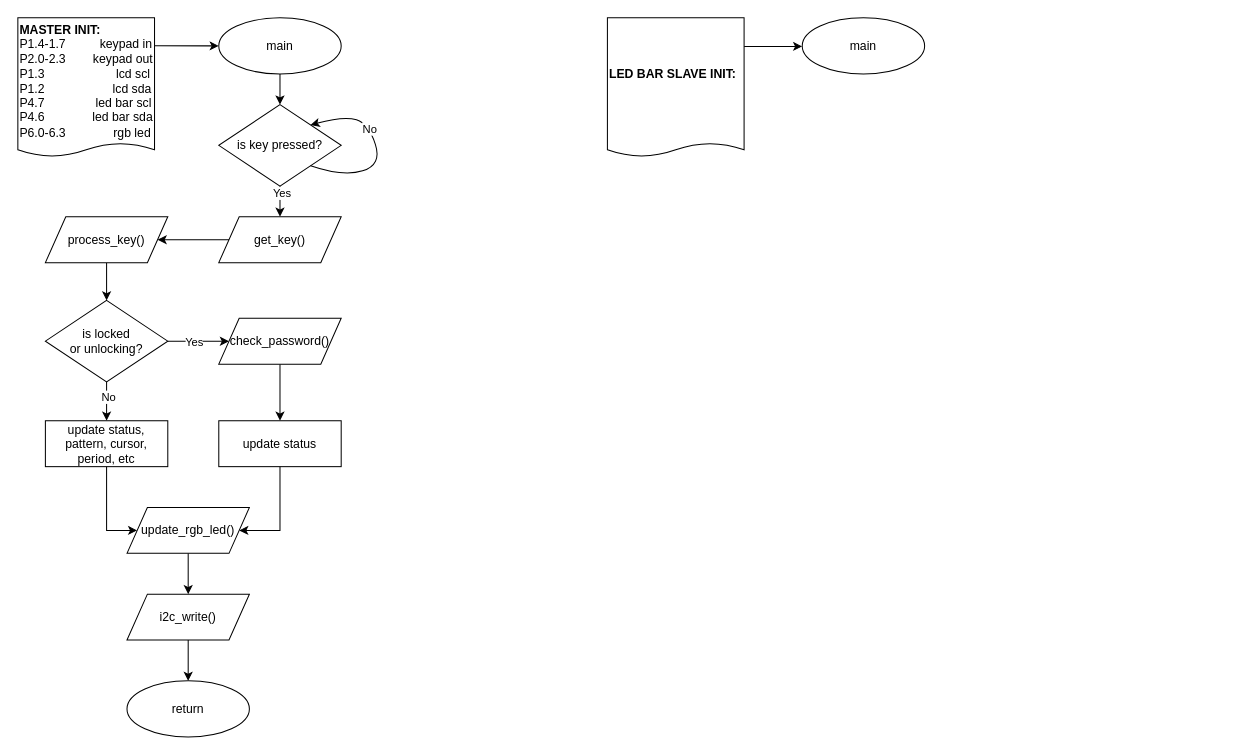
Earlier version of the draw.io diagram docs/project4_flowcharts.drawio (msu-eele-465/project4-jay-kyle). Source tidied: cells renumbered, new cells numbered last; positions are measured from the earlier drawing's top-left corner, leaving out a move shared by most shapes. Both pictures are drawn from the tidied source at 102%, with x=0, y=0 at pixel (17, 17).
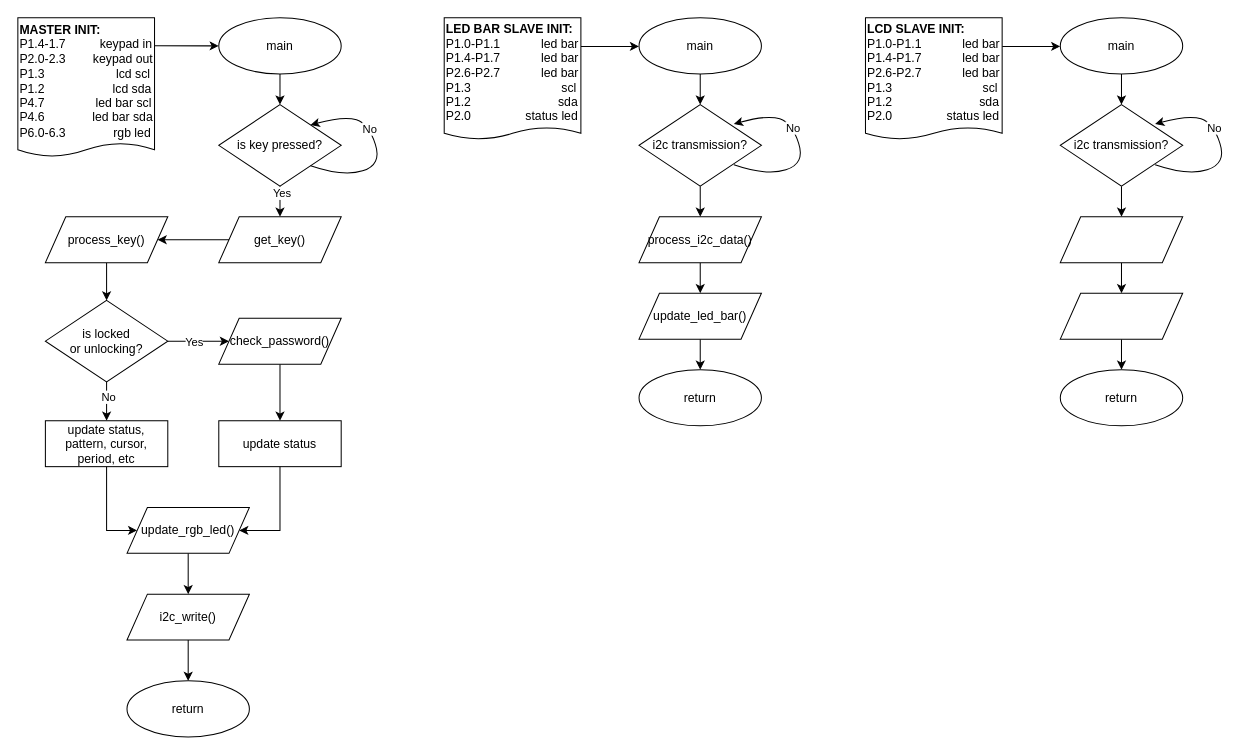
The same diagram, later.

Change to the diagram source:
```diff
@@
     <mxCell id="31" style="edgeStyle=orthogonalEdgeStyle;rounded=0;jettySize=auto;html=1;" parent="1" edge="1" source="32" target="33">
       <mxGeometry relative="1" as="geometry">
         <Array as="points">
-          <mxPoint x="724" y="28" />
-          <mxPoint x="724" y="28" />
+          <mxPoint x="564" y="28" />
+          <mxPoint x="564" y="28" />
         </Array>
       </mxGeometry>
     </mxCell>
-    <mxCell id="32" value="&lt;b&gt;LED BAR SLAVE INIT:&lt;/b&gt;&lt;div&gt;&lt;br&gt;&lt;/div&gt;" style="shape=document;whiteSpace=wrap;html=1;boundedLbl=1;size=0.09688207137005818;align=left;" parent="1" vertex="1">
-      <mxGeometry x="578" width="134" height="136" as="geometry" />
+    <mxCell id="32" value="&lt;b&gt;LED BAR SLAVE INIT:&lt;/b&gt;&lt;div&gt;P1.0-P1.1&lt;span style=&quot;white-space: pre;&quot;&gt;&#9;&lt;/span&gt;&amp;nbsp; &amp;nbsp;&amp;nbsp;led bar&lt;/div&gt;&lt;div&gt;P1.4-P1.7&amp;nbsp; &amp;nbsp; &amp;nbsp; &amp;nbsp; &amp;nbsp; &amp;nbsp; led bar&lt;/div&gt;&lt;div&gt;P2.6-P2.7&amp;nbsp; &amp;nbsp; &amp;nbsp; &amp;nbsp; &amp;nbsp; &amp;nbsp; led bar&lt;/div&gt;&lt;div&gt;P1.3&lt;span style=&quot;white-space: pre;&quot;&gt;&#9;&lt;/span&gt;&lt;span style=&quot;white-space: pre;&quot;&gt;&#9;&lt;/span&gt;&lt;span style=&quot;white-space: pre;&quot;&gt;&#9;&lt;/span&gt;&lt;span style=&quot;white-space: pre;&quot;&gt;&#9;&lt;/span&gt;&amp;nbsp; scl&lt;/div&gt;&lt;div&gt;P1.2&amp;nbsp;&lt;span style=&quot;white-space: pre;&quot;&gt;&#9;&lt;/span&gt;&lt;span style=&quot;white-space: pre;&quot;&gt;&#9;&lt;/span&gt;&amp;nbsp; &amp;nbsp; &amp;nbsp; &amp;nbsp; &amp;nbsp;sda&lt;/div&gt;&lt;div&gt;P2.0&amp;nbsp; &amp;nbsp; &amp;nbsp; &amp;nbsp; &amp;nbsp; &amp;nbsp; &amp;nbsp; &amp;nbsp; status led&lt;/div&gt;" style="shape=document;whiteSpace=wrap;html=1;boundedLbl=1;size=0.09688207137005818;align=left;" parent="1" vertex="1">
+      <mxGeometry x="418" width="134" height="119" as="geometry" />
     </mxCell>
+    <mxCell id="34" style="edgeStyle=orthogonalEdgeStyle;rounded=0;jettySize=auto;html=1;" parent="1" edge="1" source="33" target="36">
+      <mxGeometry relative="1" as="geometry" />
+    </mxCell>
     <mxCell id="33" value="main" style="ellipse;whiteSpace=wrap;html=1;" parent="1" vertex="1">
-      <mxGeometry x="769" width="120" height="55" as="geometry" />
+      <mxGeometry x="609" width="120" height="55" as="geometry" />
     </mxCell>
+    <mxCell id="35" style="edgeStyle=orthogonalEdgeStyle;rounded=0;jettySize=auto;html=1;" parent="1" edge="1" source="36" target="40">
+      <mxGeometry relative="1" as="geometry" />
+    </mxCell>
+    <mxCell id="36" value="i2c transmission?" style="rhombus;whiteSpace=wrap;html=1;" parent="1" vertex="1">
+      <mxGeometry x="609" y="85" width="120" height="80" as="geometry" />
+    </mxCell>
+    <mxCell id="37" style="curved=1;endArrow=classic;html=1;rounded=0;exitX=1;exitY=1;exitDx=0;exitDy=0;entryX=1;entryY=0;entryDx=0;entryDy=0;" parent="1" edge="1">
+      <mxGeometry relative="1" as="geometry">
+        <mxPoint x="702" y="144" as="sourcePoint" />
+        <mxPoint x="702" y="104" as="targetPoint" />
+        <Array as="points">
+          <mxPoint x="734" y="155" />
+          <mxPoint x="772" y="143" />
+          <mxPoint x="759" y="103" />
+          <mxPoint x="735" y="95" />
+        </Array>
+      </mxGeometry>
+    </mxCell>
+    <mxCell id="38" value="No" style="edgeLabel;html=1;align=center;verticalAlign=middle;" parent="37" vertex="1">
+      <mxGeometry x="0.27" y="1" relative="1" as="geometry" />
+    </mxCell>
+    <mxCell id="39" style="edgeStyle=orthogonalEdgeStyle;rounded=0;jettySize=auto;html=1;" parent="1" edge="1" source="40" target="42">
+      <mxGeometry relative="1" as="geometry" />
+    </mxCell>
+    <mxCell id="40" value="process_i2c_data()" style="shape=parallelogram;perimeter=parallelogramPerimeter;whiteSpace=wrap;html=1;fixedSize=1;" parent="1" vertex="1">
+      <mxGeometry x="609" y="195" width="120" height="45" as="geometry" />
+    </mxCell>
+    <mxCell id="41" style="edgeStyle=orthogonalEdgeStyle;rounded=0;jettySize=auto;html=1;" parent="1" edge="1" source="42" target="43">
+      <mxGeometry relative="1" as="geometry" />
+    </mxCell>
+    <mxCell id="42" value="update_led_bar()" style="shape=parallelogram;perimeter=parallelogramPerimeter;whiteSpace=wrap;html=1;fixedSize=1;" parent="1" vertex="1">
+      <mxGeometry x="609" y="270" width="120" height="45" as="geometry" />
+    </mxCell>
+    <mxCell id="43" value="return" style="ellipse;whiteSpace=wrap;html=1;" parent="1" vertex="1">
+      <mxGeometry x="609" y="345" width="120" height="55" as="geometry" />
+    </mxCell>
+    <mxCell id="44" style="edgeStyle=orthogonalEdgeStyle;rounded=0;jettySize=auto;html=1;" parent="1" edge="1" source="45" target="47">
+      <mxGeometry relative="1" as="geometry">
+        <Array as="points">
+          <mxPoint x="977" y="28" />
+          <mxPoint x="977" y="28" />
+        </Array>
+      </mxGeometry>
+    </mxCell>
+    <mxCell id="45" value="&lt;b&gt;LCD SLAVE INIT:&lt;/b&gt;&lt;div&gt;P1.0-P1.1&lt;span style=&quot;white-space: pre;&quot;&gt;&#9;&lt;/span&gt;&amp;nbsp; &amp;nbsp;&amp;nbsp;led bar&lt;/div&gt;&lt;div&gt;P1.4-P1.7&amp;nbsp; &amp;nbsp; &amp;nbsp; &amp;nbsp; &amp;nbsp; &amp;nbsp; led bar&lt;/div&gt;&lt;div&gt;P2.6-P2.7&amp;nbsp; &amp;nbsp; &amp;nbsp; &amp;nbsp; &amp;nbsp; &amp;nbsp; led bar&lt;/div&gt;&lt;div&gt;P1.3&lt;span style=&quot;white-space: pre;&quot;&gt;&#9;&lt;/span&gt;&lt;span style=&quot;white-space: pre;&quot;&gt;&#9;&lt;/span&gt;&lt;span style=&quot;white-space: pre;&quot;&gt;&#9;&lt;/span&gt;&lt;span style=&quot;white-space: pre;&quot;&gt;&#9;&lt;/span&gt;&amp;nbsp; scl&lt;/div&gt;&lt;div&gt;P1.2&amp;nbsp;&lt;span style=&quot;white-space: pre;&quot;&gt;&#9;&lt;/span&gt;&lt;span style=&quot;white-space: pre;&quot;&gt;&#9;&lt;/span&gt;&amp;nbsp; &amp;nbsp; &amp;nbsp; &amp;nbsp; &amp;nbsp;sda&lt;/div&gt;&lt;div&gt;P2.0&amp;nbsp; &amp;nbsp; &amp;nbsp; &amp;nbsp; &amp;nbsp; &amp;nbsp; &amp;nbsp; &amp;nbsp; status led&lt;/div&gt;" style="shape=document;whiteSpace=wrap;html=1;boundedLbl=1;size=0.09688207137005818;align=left;" parent="1" vertex="1">
+      <mxGeometry x="831" width="134" height="119" as="geometry" />
+    </mxCell>
+    <mxCell id="46" style="edgeStyle=orthogonalEdgeStyle;rounded=0;jettySize=auto;html=1;" parent="1" edge="1" source="47" target="49">
+      <mxGeometry relative="1" as="geometry" />
+    </mxCell>
+    <mxCell id="47" value="main" style="ellipse;whiteSpace=wrap;html=1;" parent="1" vertex="1">
+      <mxGeometry x="1022" width="120" height="55" as="geometry" />
+    </mxCell>
+    <mxCell id="48" style="edgeStyle=orthogonalEdgeStyle;rounded=0;jettySize=auto;html=1;" parent="1" edge="1" source="49" target="53">
+      <mxGeometry relative="1" as="geometry" />
+    </mxCell>
+    <mxCell id="49" value="i2c transmission?" style="rhombus;whiteSpace=wrap;html=1;" parent="1" vertex="1">
+      <mxGeometry x="1022" y="85" width="120" height="80" as="geometry" />
+    </mxCell>
+    <mxCell id="50" style="curved=1;endArrow=classic;html=1;rounded=0;exitX=1;exitY=1;exitDx=0;exitDy=0;entryX=1;entryY=0;entryDx=0;entryDy=0;" parent="1" edge="1">
+      <mxGeometry relative="1" as="geometry">
+        <mxPoint x="1115" y="144" as="sourcePoint" />
+        <mxPoint x="1115" y="104" as="targetPoint" />
+        <Array as="points">
+          <mxPoint x="1147" y="155" />
+          <mxPoint x="1185" y="143" />
+          <mxPoint x="1172" y="103" />
+          <mxPoint x="1148" y="95" />
+        </Array>
+      </mxGeometry>
+    </mxCell>
+    <mxCell id="51" value="No" style="edgeLabel;html=1;align=center;verticalAlign=middle;" parent="50" vertex="1">
+      <mxGeometry x="0.27" y="1" relative="1" as="geometry" />
+    </mxCell>
+    <mxCell id="52" style="edgeStyle=orthogonalEdgeStyle;rounded=0;jettySize=auto;html=1;" parent="1" edge="1" source="53" target="55">
+      <mxGeometry relative="1" as="geometry" />
+    </mxCell>
+    <mxCell id="53" style="shape=parallelogram;perimeter=parallelogramPerimeter;whiteSpace=wrap;html=1;fixedSize=1;" parent="1" vertex="1">
+      <mxGeometry x="1022" y="195" width="120" height="45" as="geometry" />
+    </mxCell>
+    <mxCell id="54" style="edgeStyle=orthogonalEdgeStyle;rounded=0;jettySize=auto;html=1;" parent="1" edge="1" source="55" target="56">
+      <mxGeometry relative="1" as="geometry" />
+    </mxCell>
+    <mxCell id="55" style="shape=parallelogram;perimeter=parallelogramPerimeter;whiteSpace=wrap;html=1;fixedSize=1;" parent="1" vertex="1">
+      <mxGeometry x="1022" y="270" width="120" height="45" as="geometry" />
+    </mxCell>
+    <mxCell id="56" value="return" style="ellipse;whiteSpace=wrap;html=1;" parent="1" vertex="1">
+      <mxGeometry x="1022" y="345" width="120" height="55" as="geometry" />
+    </mxCell>
```
